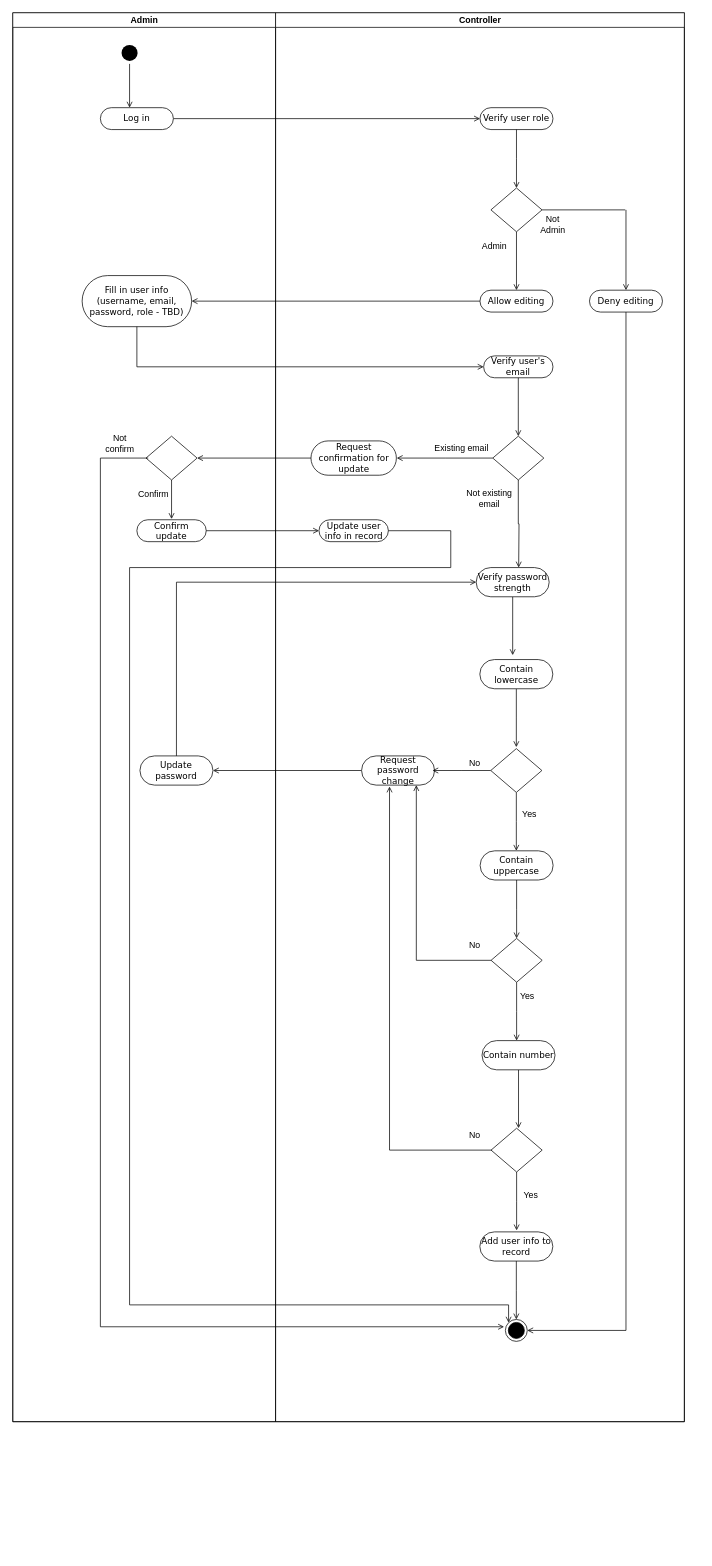
This is Activity_Diagram_Admin _Add_a_new_user.drawio from panda1835/Fulbright_SoftwareEngineering_FinalProject, a draw.io file, before an edit. Source tidied: cells renumbered, new cells numbered last; positions are measured from the earlier drawing's top-left corner, leaving out a move shared by most shapes. Both pictures are drawn from the tidied source at 73%, with x=0, y=0 at pixel (12, 12).
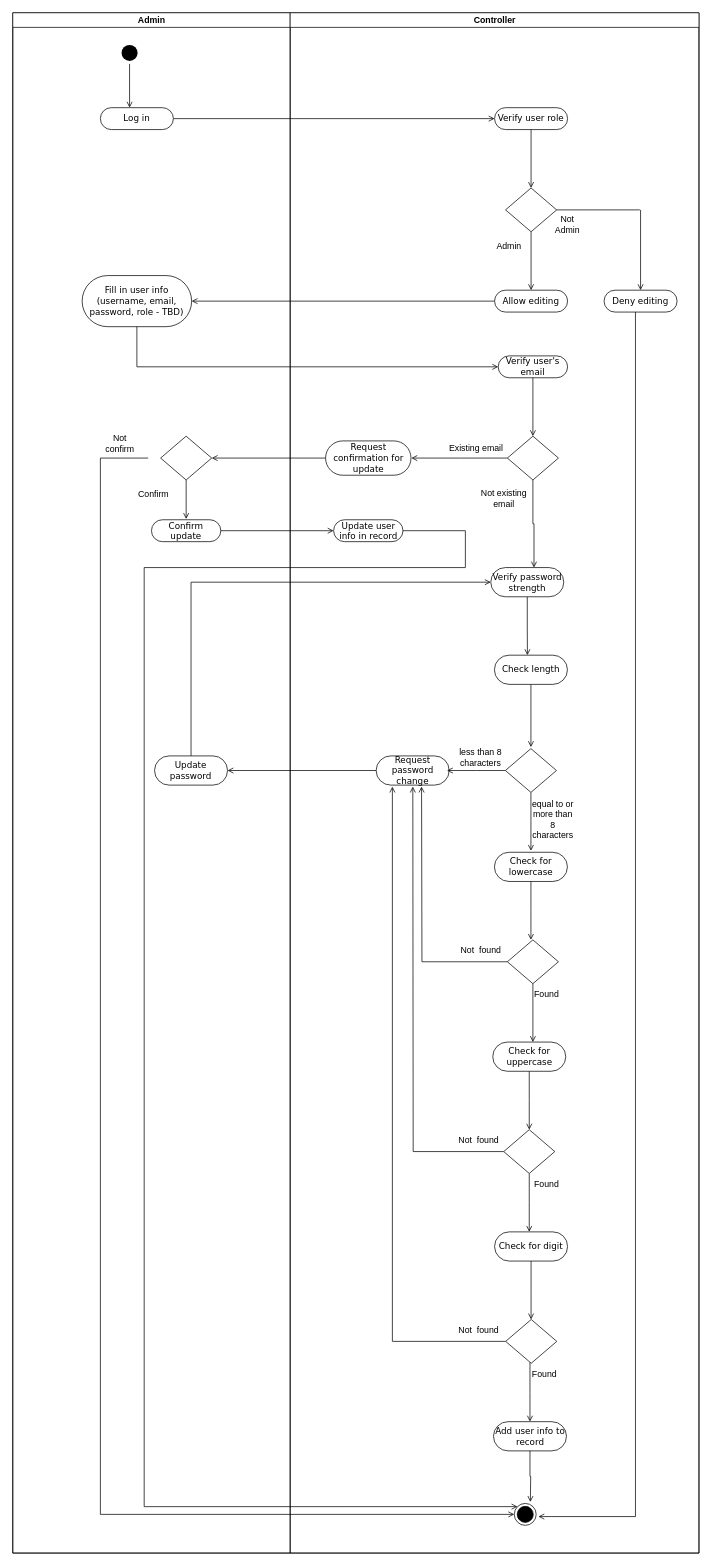
Above is the later version.

Unchanged cells that the change refers to:
```xml
<mxCell id="11" style="ellipse;html=1;shape=startState;fillColor=#000000;strokeColor=none;" parent="5" vertex="1">
  <mxGeometry x="145" y="40" width="30" height="30" as="geometry" />
</mxCell>
<mxCell id="24" value="Update user info in record" style="rounded=1;whiteSpace=wrap;html=1;shadow=0;comic=0;labelBackgroundColor=none;strokeWidth=1;fontFamily=Verdana;fontSize=12;align=center;arcSize=50;" parent="16" vertex="1">
  <mxGeometry x="59.5" y="694.5" width="95" height="30" as="geometry" />
</mxCell>
<mxCell id="28" value="Request password change" style="rounded=1;whiteSpace=wrap;html=1;shadow=0;comic=0;labelBackgroundColor=none;strokeWidth=1;fontFamily=Verdana;fontSize=12;align=center;arcSize=50;" parent="16" vertex="1">
  <mxGeometry x="117.8" y="1018" width="100" height="40" as="geometry" />
</mxCell>
<mxCell id="45" value="Verify password strength" style="rounded=1;whiteSpace=wrap;html=1;shadow=0;comic=0;labelBackgroundColor=none;strokeWidth=1;fontFamily=Verdana;fontSize=12;align=center;arcSize=50;" parent="16" vertex="1">
  <mxGeometry x="274.8" y="760" width="100" height="40" as="geometry" />
</mxCell>
<mxCell id="55" value="Verify user role" style="rounded=1;whiteSpace=wrap;html=1;shadow=0;comic=0;labelBackgroundColor=none;strokeWidth=1;fontFamily=Verdana;fontSize=12;align=center;arcSize=50;" parent="16" vertex="1">
  <mxGeometry x="280" y="130" width="100" height="30" as="geometry" />
</mxCell>
<mxCell id="56" value="Allow editing" style="rounded=1;whiteSpace=wrap;html=1;shadow=0;comic=0;labelBackgroundColor=none;strokeWidth=1;fontFamily=Verdana;fontSize=12;align=center;arcSize=50;" parent="16" vertex="1">
  <mxGeometry x="280" y="380" width="100" height="30" as="geometry" />
</mxCell>
<mxCell id="57" value="Verify user's email" style="rounded=1;whiteSpace=wrap;html=1;shadow=0;comic=0;labelBackgroundColor=none;strokeWidth=1;fontFamily=Verdana;fontSize=12;align=center;arcSize=50;" parent="16" vertex="1">
  <mxGeometry x="285" y="470" width="95" height="30" as="geometry" />
</mxCell>
<mxCell id="58" style="rhombus;whiteSpace=wrap;html=1;" parent="16" vertex="1">
  <mxGeometry x="297.5" y="580" width="70" height="60" as="geometry" />
</mxCell>
<mxCell id="59" value="Deny editing" style="rounded=1;whiteSpace=wrap;html=1;shadow=0;comic=0;labelBackgroundColor=none;strokeWidth=1;fontFamily=Verdana;fontSize=12;align=center;arcSize=50;" parent="16" vertex="1">
  <mxGeometry x="430" y="380" width="100" height="30" as="geometry" />
</mxCell>
<mxCell id="61" style="rhombus;whiteSpace=wrap;html=1;" parent="16" vertex="1">
  <mxGeometry x="295" y="240" width="70" height="60" as="geometry" />
</mxCell>
```

Diff of the diagram source:
```diff
@@
     <mxCell id="2" style="swimlane;html=1;startSize=0;rounded=0;shadow=0;comic=0;labelBackgroundColor=none;strokeWidth=1;fontFamily=Verdana;fontSize=12;align=center;" parent="1" vertex="1">
-      <mxGeometry width="920" height="1930" as="geometry" />
+      <mxGeometry width="940" height="2110" as="geometry" />
     </mxCell>
@@
     <mxCell id="5" value="Admin" style="swimlane;html=1;startSize=20;" parent="2" vertex="1">
-      <mxGeometry width="360" height="1930" as="geometry" />
+      <mxGeometry width="380" height="2110" as="geometry" />
     </mxCell>
@@
     <mxCell id="16" value="Controller" style="swimlane;html=1;startSize=20;" parent="2" vertex="1">
-      <mxGeometry x="360" width="560" height="1930" as="geometry" />
+      <mxGeometry x="380" width="560" height="2110" as="geometry" />
     </mxCell>
@@
+    <mxCell id="76" value="Not&amp;nbsp; found" style="text;html=1;strokeColor=none;fillColor=none;align=center;verticalAlign=middle;whiteSpace=wrap;rounded=0;" parent="16" vertex="1">
+      <mxGeometry x="227.2" y="1790" width="62.8" height="30" as="geometry" />
+    </mxCell>
@@
-    <mxCell id="29" value="No" style="text;html=1;strokeColor=none;fillColor=none;align=center;verticalAlign=middle;whiteSpace=wrap;rounded=0;" parent="16" vertex="1">
-      <mxGeometry x="252.8" y="1268" width="40" height="20" as="geometry" />
-    </mxCell>
-    <mxCell id="30" value="No" style="text;html=1;strokeColor=none;fillColor=none;align=center;verticalAlign=middle;whiteSpace=wrap;rounded=0;" parent="16" vertex="1">
-      <mxGeometry x="252.8" y="1528" width="40" height="20" as="geometry" />
-    </mxCell>
-    <mxCell id="31" value="No" style="text;html=1;strokeColor=none;fillColor=none;align=center;verticalAlign=middle;whiteSpace=wrap;rounded=0;" parent="16" vertex="1">
-      <mxGeometry x="252.8" y="1018" width="40" height="20" as="geometry" />
-    </mxCell>
-    <mxCell id="32" style="edgeStyle=orthogonalEdgeStyle;rounded=0;jettySize=auto;html=1;endArrow=open;endFill=0;entryX=0.75;entryY=1;entryDx=0;entryDy=0;" parent="16" edge="1" source="53" target="28">
-      <mxGeometry relative="1" as="geometry" />
+    <mxCell id="32" style="edgeStyle=orthogonalEdgeStyle;rounded=0;jettySize=auto;html=1;endArrow=open;endFill=0;" parent="16" edge="1" source="53">
+      <mxGeometry relative="1" as="geometry">
+        <mxPoint x="168" y="1060" as="targetPoint" />
+      </mxGeometry>
     </mxCell>
-    <mxCell id="33" style="edgeStyle=orthogonalEdgeStyle;rounded=0;jettySize=auto;html=1;endArrow=open;endFill=0;entryX=0.383;entryY=1.047;entryDx=0;entryDy=0;entryPerimeter=0;" parent="16" edge="1" target="28">
+    <mxCell id="33" style="edgeStyle=orthogonalEdgeStyle;rounded=0;jettySize=auto;html=1;endArrow=open;endFill=0;exitX=0;exitY=0.5;exitDx=0;exitDy=0;" parent="16" edge="1" source="46">
       <mxGeometry relative="1" as="geometry">
-        <mxPoint x="297.8" y="1558" as="sourcePoint" />
+        <mxPoint x="140" y="1060" as="targetPoint" />
         <Array as="points">
-          <mxPoint x="156" y="1558" />
+          <mxPoint x="140" y="1820" />
         </Array>
       </mxGeometry>
     </mxCell>
     <mxCell id="34" style="edgeStyle=orthogonalEdgeStyle;rounded=0;jettySize=auto;html=1;endArrow=open;endFill=0;" parent="16" edge="1" source="45">
       <mxGeometry relative="1" as="geometry">
-        <mxPoint x="324.8" y="880" as="targetPoint" />
+        <mxPoint x="325" y="880" as="targetPoint" />
       </mxGeometry>
     </mxCell>
@@
+    <mxCell id="29" value="Not&amp;nbsp; found" style="text;html=1;strokeColor=none;fillColor=none;align=center;verticalAlign=middle;whiteSpace=wrap;rounded=0;" parent="16" vertex="1">
+      <mxGeometry x="227.2" y="1530" width="62.8" height="30" as="geometry" />
+    </mxCell>
+    <mxCell id="77" value="Not&amp;nbsp; found" style="text;html=1;strokeColor=none;fillColor=none;align=center;verticalAlign=middle;whiteSpace=wrap;rounded=0;" parent="16" vertex="1">
+      <mxGeometry x="229.8" y="1270" width="62.8" height="30" as="geometry" />
+    </mxCell>
+    <mxCell id="78" value="less than 8 characters" style="text;html=1;strokeColor=none;fillColor=none;align=center;verticalAlign=middle;whiteSpace=wrap;rounded=0;" parent="16" vertex="1">
+      <mxGeometry x="221.1" y="1000" width="80" height="40" as="geometry" />
+    </mxCell>
+    <mxCell id="42" value="Not existing email" style="text;html=1;strokeColor=none;fillColor=none;align=center;verticalAlign=middle;whiteSpace=wrap;rounded=0;" parent="16" vertex="1">
+      <mxGeometry x="252.8" y="650" width="80" height="30" as="geometry" />
+    </mxCell>
     <mxCell id="39" style="edgeStyle=orthogonalEdgeStyle;rounded=0;jettySize=auto;html=1;endArrow=open;endFill=0;" parent="16" edge="1" source="50">
       <mxGeometry relative="1" as="geometry">
-        <mxPoint x="330.2" y="1268" as="targetPoint" />
+        <mxPoint x="327.5" y="1530" as="targetPoint" />
       </mxGeometry>
     </mxCell>
     <mxCell id="40" style="edgeStyle=orthogonalEdgeStyle;rounded=0;jettySize=auto;html=1;endArrow=open;endFill=0;" parent="16" edge="1" source="53">
       <mxGeometry relative="1" as="geometry">
-        <mxPoint x="330.2" y="1408" as="targetPoint" />
+        <mxPoint x="327.5" y="1670" as="targetPoint" />
       </mxGeometry>
     </mxCell>
     <mxCell id="41" style="edgeStyle=orthogonalEdgeStyle;rounded=0;jettySize=auto;html=1;endArrow=open;endFill=0;" parent="16" edge="1" source="54">
       <mxGeometry relative="1" as="geometry">
-        <mxPoint x="332.8" y="1528" as="targetPoint" />
+        <mxPoint x="330" y="1790" as="targetPoint" />
       </mxGeometry>
     </mxCell>
-    <mxCell id="42" value="Not existing email" style="text;html=1;strokeColor=none;fillColor=none;align=center;verticalAlign=middle;whiteSpace=wrap;rounded=0;" parent="16" vertex="1">
-      <mxGeometry x="252.8" y="650" width="80" height="30" as="geometry" />
-    </mxCell>
+    <mxCell id="46" style="rhombus;whiteSpace=wrap;html=1;" parent="16" vertex="1">
+      <mxGeometry x="295.2" y="1790" width="70" height="60" as="geometry" />
+    </mxCell>
+    <mxCell id="53" style="rhombus;whiteSpace=wrap;html=1;" parent="16" vertex="1">
+      <mxGeometry x="292.5" y="1530" width="70" height="60" as="geometry" />
+    </mxCell>
+    <mxCell id="50" value="Check for uppercase" style="rounded=1;whiteSpace=wrap;html=1;shadow=0;comic=0;labelBackgroundColor=none;strokeWidth=1;fontFamily=Verdana;fontSize=12;align=center;arcSize=50;" parent="16" vertex="1">
+      <mxGeometry x="277.5" y="1410" width="100" height="40" as="geometry" />
+    </mxCell>
     <mxCell id="43" style="ellipse;html=1;shape=endState;fillColor=#000000;" parent="16" vertex="1">
-      <mxGeometry x="314.8" y="1790" width="30" height="30" as="geometry" />
+      <mxGeometry x="307" y="2042" width="30" height="30" as="geometry" />
     </mxCell>
     <mxCell id="44" value="Add user info to record" style="rounded=1;whiteSpace=wrap;html=1;shadow=0;comic=0;labelBackgroundColor=none;strokeWidth=1;fontFamily=Verdana;fontSize=12;align=center;arcSize=50;" parent="16" vertex="1">
-      <mxGeometry x="279.8" y="1670" width="100" height="40" as="geometry" />
+      <mxGeometry x="278.5" y="1930" width="100" height="40" as="geometry" />
     </mxCell>
+    <mxCell id="54" value="Check for digit" style="rounded=1;whiteSpace=wrap;html=1;shadow=0;comic=0;labelBackgroundColor=none;strokeWidth=1;fontFamily=Verdana;fontSize=12;align=center;arcSize=50;" parent="16" vertex="1">
+      <mxGeometry x="280" y="1670" width="100" height="40" as="geometry" />
+    </mxCell>
+    <mxCell id="79" value="Check for lowercase" style="rounded=1;whiteSpace=wrap;html=1;shadow=0;comic=0;labelBackgroundColor=none;strokeWidth=1;fontFamily=Verdana;fontSize=12;align=center;arcSize=50;" parent="16" vertex="1">
+      <mxGeometry x="279.8" y="1150" width="100" height="40" as="geometry" />
+    </mxCell>
+    <mxCell id="51" value="Check length" style="rounded=1;whiteSpace=wrap;html=1;shadow=0;comic=0;labelBackgroundColor=none;strokeWidth=1;fontFamily=Verdana;fontSize=12;align=center;arcSize=50;" parent="16" vertex="1">
+      <mxGeometry x="279.8" y="880" width="100" height="40" as="geometry" />
+    </mxCell>
@@
-    <mxCell id="46" style="rhombus;whiteSpace=wrap;html=1;" parent="16" vertex="1">
-      <mxGeometry x="295.2" y="1528" width="70" height="60" as="geometry" />
-    </mxCell>
-    <mxCell id="47" value="Yes" style="text;html=1;strokeColor=none;fillColor=none;align=center;verticalAlign=middle;whiteSpace=wrap;rounded=0;" parent="16" vertex="1">
-      <mxGeometry x="330" y="1610" width="40" height="20" as="geometry" />
-    </mxCell>
-    <mxCell id="48" value="Yes" style="text;html=1;strokeColor=none;fillColor=none;align=center;verticalAlign=middle;whiteSpace=wrap;rounded=0;" parent="16" vertex="1">
-      <mxGeometry x="327.8" y="1088" width="40" height="20" as="geometry" />
-    </mxCell>
-    <mxCell id="49" value="Yes" style="text;html=1;strokeColor=none;fillColor=none;align=center;verticalAlign=middle;whiteSpace=wrap;rounded=0;" parent="16" vertex="1">
-      <mxGeometry x="325.2" y="1338" width="40" height="20" as="geometry" />
-    </mxCell>
-    <mxCell id="50" value="Contain uppercase" style="rounded=1;whiteSpace=wrap;html=1;shadow=0;comic=0;labelBackgroundColor=none;strokeWidth=1;fontFamily=Verdana;fontSize=12;align=center;arcSize=50;" parent="16" vertex="1">
-      <mxGeometry x="280.2" y="1148" width="100" height="40" as="geometry" />
-    </mxCell>
-    <mxCell id="51" value="Contain lowercase" style="rounded=1;whiteSpace=wrap;html=1;shadow=0;comic=0;labelBackgroundColor=none;strokeWidth=1;fontFamily=Verdana;fontSize=12;align=center;arcSize=50;" parent="16" vertex="1">
-      <mxGeometry x="279.8" y="886" width="100" height="40" as="geometry" />
-    </mxCell>
+    <mxCell id="80" style="rhombus;whiteSpace=wrap;html=1;" parent="16" vertex="1">
+      <mxGeometry x="297.5" y="1270" width="70" height="60" as="geometry" />
+    </mxCell>
@@
-    <mxCell id="53" style="rhombus;whiteSpace=wrap;html=1;" parent="16" vertex="1">
-      <mxGeometry x="295.2" y="1268" width="70" height="60" as="geometry" />
-    </mxCell>
-    <mxCell id="54" value="Contain number" style="rounded=1;whiteSpace=wrap;html=1;shadow=0;comic=0;labelBackgroundColor=none;strokeWidth=1;fontFamily=Verdana;fontSize=12;align=center;arcSize=50;" parent="16" vertex="1">
-      <mxGeometry x="282.8" y="1408" width="100" height="40" as="geometry" />
-    </mxCell>
@@
+    <mxCell id="81" value="Found" style="text;html=1;strokeColor=none;fillColor=none;align=center;verticalAlign=middle;whiteSpace=wrap;rounded=0;" parent="16" vertex="1">
+      <mxGeometry x="317.2" y="1850" width="62.8" height="30" as="geometry" />
+    </mxCell>
+    <mxCell id="82" value="Found" style="text;html=1;strokeColor=none;fillColor=none;align=center;verticalAlign=middle;whiteSpace=wrap;rounded=0;" parent="16" vertex="1">
+      <mxGeometry x="320" y="1330" width="62.8" height="30" as="geometry" />
+    </mxCell>
+    <mxCell id="83" value="Found" style="text;html=1;strokeColor=none;fillColor=none;align=center;verticalAlign=middle;whiteSpace=wrap;rounded=0;" parent="16" vertex="1">
+      <mxGeometry x="320" y="1590" width="62.8" height="30" as="geometry" />
+    </mxCell>
+    <mxCell id="84" value="equal to or more than 8 characters" style="text;html=1;strokeColor=none;fillColor=none;align=center;verticalAlign=middle;whiteSpace=wrap;rounded=0;" parent="16" vertex="1">
+      <mxGeometry x="330" y="1080" width="60" height="50" as="geometry" />
+    </mxCell>
@@
-    <mxCell id="66" style="edgeStyle=orthogonalEdgeStyle;rounded=0;jettySize=auto;html=1;endArrow=open;endFill=0;entryX=1;entryY=0.5;entryDx=0;entryDy=0;" parent="16" edge="1" source="59" target="43">
+    <mxCell id="66" style="edgeStyle=orthogonalEdgeStyle;rounded=0;orthogonalLoop=1;jettySize=auto;html=1;endArrow=open;endFill=0;" parent="16" edge="1">
       <mxGeometry relative="1" as="geometry">
+        <mxPoint x="473" y="410" as="sourcePoint" />
+        <mxPoint x="340" y="2060" as="targetPoint" />
         <Array as="points">
-          <mxPoint x="480" y="1805" />
+          <mxPoint x="473" y="2060" />
         </Array>
       </mxGeometry>
     </mxCell>
     <mxCell id="67" style="edgeStyle=orthogonalEdgeStyle;rounded=0;jettySize=auto;html=1;endArrow=open;endFill=0;entryX=0;entryY=0;entryDx=0;entryDy=0;" parent="16" edge="1" source="24" target="43">
       <mxGeometry relative="1" as="geometry">
         <Array as="points">
           <mxPoint x="240" y="710" />
           <mxPoint x="240" y="760" />
           <mxPoint x="-200" y="760" />
-          <mxPoint x="-200" y="1770" />
-          <mxPoint x="319" y="1770" />
+          <mxPoint x="-200" y="2046" />
         </Array>
       </mxGeometry>
     </mxCell>
-    <mxCell id="68" style="endArrow=open;html=1;endFill=0;" parent="1" edge="1" source="11">
-      <mxGeometry relative="1" as="geometry">
-        <mxPoint x="160" y="130" as="targetPoint" />
-      </mxGeometry>
-    </mxCell>
+    <mxCell id="85" style="edgeStyle=orthogonalEdgeStyle;rounded=0;jettySize=auto;html=1;endArrow=open;endFill=0;entryX=0.5;entryY=0;entryDx=0;entryDy=0;" parent="16" edge="1" source="46" target="44">
+      <mxGeometry relative="1" as="geometry">
+        <Array as="points">
+          <mxPoint x="329" y="1890" />
+        </Array>
+      </mxGeometry>
+    </mxCell>
-    <mxCell id="69" style="edgeStyle=orthogonalEdgeStyle;rounded=0;jettySize=auto;html=1;endArrow=open;endFill=0;" parent="1" edge="1" source="55">
-      <mxGeometry relative="1" as="geometry">
-        <mxPoint x="690" y="240" as="targetPoint" />
-      </mxGeometry>
+    <mxCell id="69" style="edgeStyle=orthogonalEdgeStyle;rounded=0;jettySize=auto;html=1;endArrow=open;endFill=0;entryX=0.5;entryY=0;entryDx=0;entryDy=0;" parent="16" edge="1" source="55" target="61">
+      <mxGeometry relative="1" as="geometry" />
     </mxCell>
-    <mxCell id="70" style="edgeStyle=orthogonalEdgeStyle;rounded=0;jettySize=auto;html=1;endArrow=open;endFill=0;" parent="1" edge="1" source="61">
-      <mxGeometry relative="1" as="geometry">
-        <mxPoint x="690" y="380" as="targetPoint" />
-      </mxGeometry>
+    <mxCell id="70" style="edgeStyle=orthogonalEdgeStyle;rounded=0;jettySize=auto;html=1;endArrow=open;endFill=0;entryX=0.5;entryY=0;entryDx=0;entryDy=0;" parent="16" edge="1" source="61" target="56">
+      <mxGeometry relative="1" as="geometry" />
     </mxCell>
-    <mxCell id="71" style="edgeStyle=orthogonalEdgeStyle;rounded=0;jettySize=auto;html=1;endArrow=open;endFill=0;" parent="1" edge="1" source="57">
-      <mxGeometry relative="1" as="geometry">
-        <mxPoint x="692.5" y="580" as="targetPoint" />
-      </mxGeometry>
+    <mxCell id="71" style="edgeStyle=orthogonalEdgeStyle;rounded=0;jettySize=auto;html=1;endArrow=open;endFill=0;entryX=0.5;entryY=0;entryDx=0;entryDy=0;" parent="16" edge="1" source="57" target="58">
+      <mxGeometry relative="1" as="geometry" />
     </mxCell>
+    <mxCell id="73" style="edgeStyle=orthogonalEdgeStyle;rounded=0;jettySize=auto;html=1;endArrow=open;endFill=0;" parent="16" edge="1" source="58">
+      <mxGeometry relative="1" as="geometry">
+        <mxPoint x="334" y="760" as="targetPoint" />
+        <Array as="points">
+          <mxPoint x="333" y="700" />
+          <mxPoint x="334" y="700" />
+        </Array>
+      </mxGeometry>
+    </mxCell>
+    <mxCell id="68" style="endArrow=open;html=1;endFill=0;" parent="1" edge="1" source="11">
+      <mxGeometry relative="1" as="geometry">
+        <mxPoint x="160" y="130" as="targetPoint" />
+      </mxGeometry>
+    </mxCell>
-    <mxCell id="72" style="edgeStyle=orthogonalEdgeStyle;rounded=0;orthogonalLoop=1;jettySize=auto;html=1;endArrow=open;endFill=0;" parent="1" edge="1">
+    <mxCell id="72" style="edgeStyle=orthogonalEdgeStyle;rounded=0;jettySize=auto;html=1;endArrow=open;endFill=0;entryX=0;entryY=0.5;entryDx=0;entryDy=0;" parent="1" edge="1" target="43">
       <mxGeometry relative="1" as="geometry">
         <mxPoint x="185.5" y="610" as="sourcePoint" />
-        <mxPoint x="673" y="1800" as="targetPoint" />
         <Array as="points">
           <mxPoint x="120" y="610" />
-          <mxPoint x="120" y="1800" />
+          <mxPoint x="120" y="2057" />
         </Array>
       </mxGeometry>
     </mxCell>
-    <mxCell id="73" style="edgeStyle=orthogonalEdgeStyle;rounded=0;jettySize=auto;html=1;endArrow=open;endFill=0;" parent="1" edge="1" source="58">
-      <mxGeometry relative="1" as="geometry">
-        <mxPoint x="693" y="760" as="targetPoint" />
-      </mxGeometry>
-    </mxCell>
-    <mxCell id="74" style="edgeStyle=orthogonalEdgeStyle;rounded=0;jettySize=auto;html=1;endArrow=open;endFill=0;" parent="1" edge="1" source="46">
-      <mxGeometry relative="1" as="geometry">
-        <mxPoint x="690.2" y="1668" as="targetPoint" />
-      </mxGeometry>
-    </mxCell>
     <mxCell id="75" style="edgeStyle=orthogonalEdgeStyle;rounded=0;jettySize=auto;html=1;endArrow=open;endFill=0;" parent="1" edge="1" source="44">
       <mxGeometry relative="1" as="geometry">
-        <mxPoint x="689.8" y="1790" as="targetPoint" />
+        <mxPoint x="709" y="2040" as="targetPoint" />
       </mxGeometry>
     </mxCell>
+    <mxCell id="86" style="edgeStyle=orthogonalEdgeStyle;rounded=0;jettySize=auto;html=1;endArrow=open;endFill=0;" parent="1" edge="1" source="79">
+      <mxGeometry relative="1" as="geometry">
+        <mxPoint x="709.8" y="1270" as="targetPoint" />
+      </mxGeometry>
+    </mxCell>
+    <mxCell id="87" style="edgeStyle=orthogonalEdgeStyle;rounded=0;jettySize=auto;html=1;endArrow=open;endFill=0;" parent="1" edge="1" source="80">
+      <mxGeometry relative="1" as="geometry">
+        <mxPoint x="712.5" y="1410" as="targetPoint" />
+      </mxGeometry>
+    </mxCell>
+    <mxCell id="88" style="edgeStyle=orthogonalEdgeStyle;rounded=0;jettySize=auto;html=1;endArrow=open;endFill=0;" parent="1" edge="1" source="80">
+      <mxGeometry relative="1" as="geometry">
+        <mxPoint x="560" y="1060" as="targetPoint" />
+      </mxGeometry>
+    </mxCell>
```
